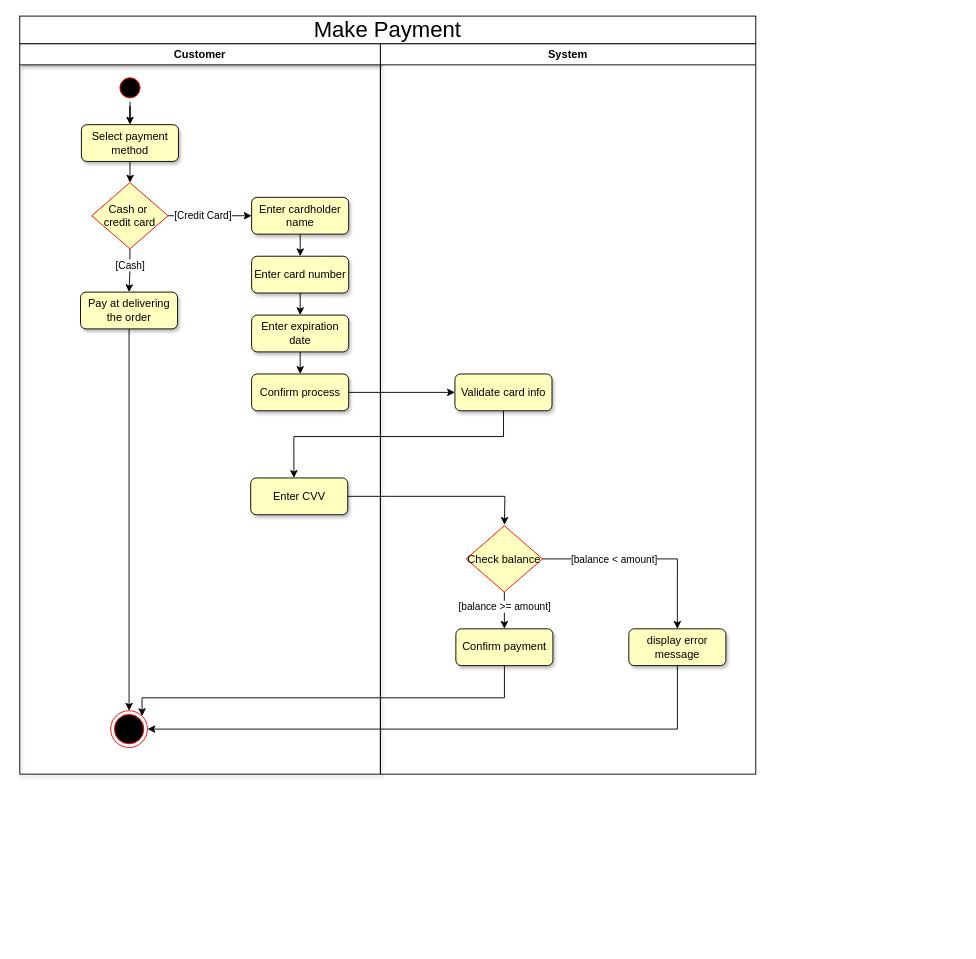
The draw.io diagram UML/activity diagram and scenario/Make payement/Make payment.drawio in eltohamy3/Ecommerce-System-analysis_project, before the edit. Source tidied: cells renumbered, new cells numbered last; positions are measured from the earlier drawing's top-left corner, leaving out a move shared by most shapes. Both pictures are drawn from the tidied source at 92%, with x=0, y=0 at pixel (19, 16).
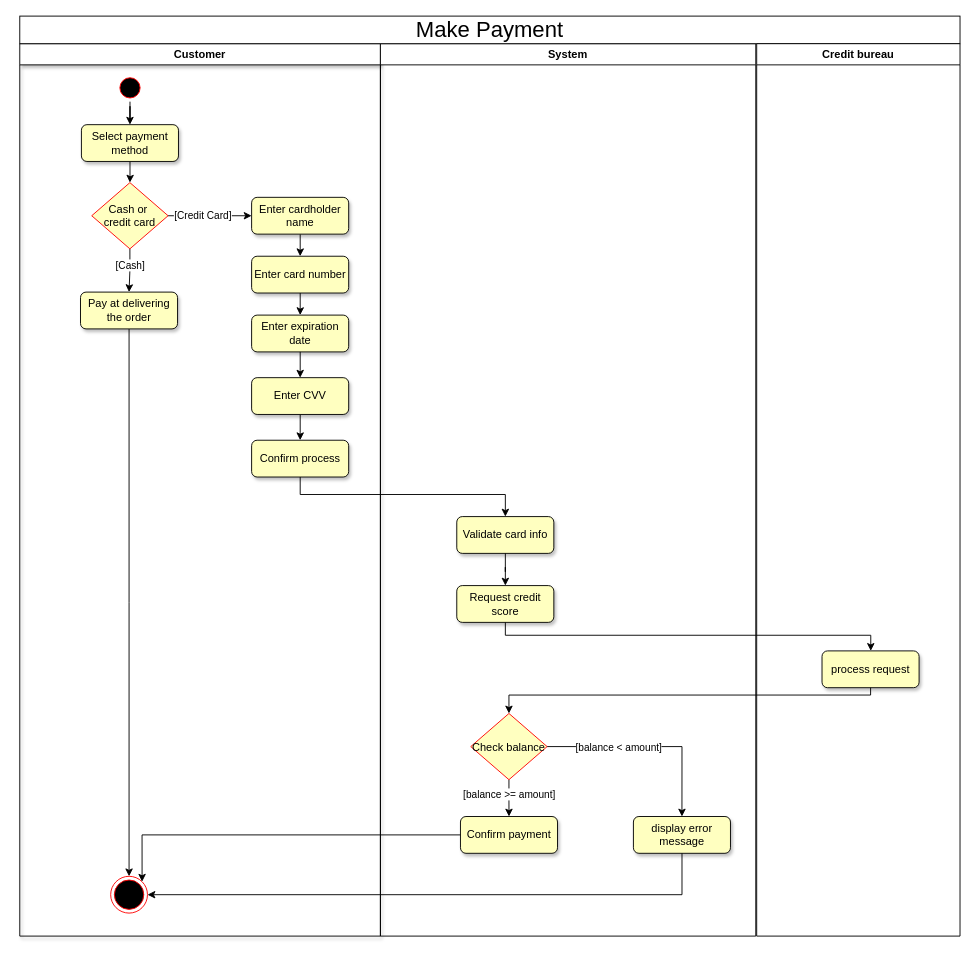
The same diagram, later.

The change refers to these unchanged cells:
```xml
<mxCell id="18" value="Enter expiration date" style="rounded=1;whiteSpace=wrap;html=1;fillColor=#FFFFC0;shadow=1;" parent="2" vertex="1">
  <mxGeometry x="252" y="295" width="105.5" height="40" as="geometry" />
</mxCell>
```

What changed in the source:
```diff
@@
     <mxCell id="2" value="Customer" style="swimlane;whiteSpace=wrap;shadow=1;fillColor=#FFFFFF;" parent="1" vertex="1">
-      <mxGeometry y="30" width="392" height="794" as="geometry" />
+      <mxGeometry y="30" width="392" height="970" as="geometry" />
     </mxCell>
     <mxCell id="3" style="ellipse;shape=endState;fillColor=#000000;strokeColor=#ff0000;" parent="2" vertex="1">
-      <mxGeometry x="98.8" y="725" width="40" height="40" as="geometry" />
+      <mxGeometry x="98.8" y="905" width="40" height="40" as="geometry" />
     </mxCell>
@@
-    <mxCell id="17" style="edgeStyle=orthogonalEdgeStyle;rounded=0;jettySize=auto;html=1;entryX=0.5;entryY=0;entryDx=0;entryDy=0;" parent="2" edge="1" source="18" target="21">
+    <mxCell id="17" style="edgeStyle=orthogonalEdgeStyle;rounded=0;jettySize=auto;html=1;entryX=0.5;entryY=0;entryDx=0;entryDy=0;" parent="2" edge="1" source="22" target="21">
       <mxGeometry relative="1" as="geometry" />
     </mxCell>
@@
     <mxCell id="21" value="Confirm process" style="rounded=1;whiteSpace=wrap;html=1;fillColor=#FFFFC0;shadow=1;" parent="2" vertex="1">
-      <mxGeometry x="252" y="359" width="105.5" height="40" as="geometry" />
+      <mxGeometry x="252" y="431" width="105.5" height="40" as="geometry" />
     </mxCell>
+    <mxCell id="38" style="edgeStyle=orthogonalEdgeStyle;rounded=0;jettySize=auto;html=1;entryX=0.5;entryY=0;entryDx=0;entryDy=0;" parent="2" edge="1" source="18" target="22">
+      <mxGeometry relative="1" as="geometry" />
+    </mxCell>
     <mxCell id="22" value="Enter CVV" style="rounded=1;whiteSpace=wrap;html=1;fillColor=#FFFFC0;shadow=1;" parent="2" vertex="1">
-      <mxGeometry x="251" y="472" width="105.5" height="40" as="geometry" />
+      <mxGeometry x="252" y="363" width="105.5" height="40" as="geometry" />
     </mxCell>
-    <mxCell id="23" style="edgeStyle=orthogonalEdgeStyle;rounded=0;jettySize=auto;html=1;entryX=0.5;entryY=0;entryDx=0;entryDy=0;" parent="2" edge="1" source="22">
-      <mxGeometry relative="1" as="geometry">
-        <mxPoint x="526.8" y="523" as="targetPoint" />
-      </mxGeometry>
-    </mxCell>
     <mxCell id="24" value="System" style="swimlane;whiteSpace=wrap;fillColor=#FFFFFF;swimlaneLine=1;" parent="1" vertex="1">
-      <mxGeometry x="392" y="30" width="408" height="794" as="geometry" />
+      <mxGeometry x="392" y="30" width="408" height="970" as="geometry" />
     </mxCell>
     <mxCell id="25" value="Validate card info" style="rounded=1;whiteSpace=wrap;html=1;fillColor=#FFFFC0;shadow=1;" parent="24" vertex="1">
-      <mxGeometry x="81" y="359" width="105.5" height="40" as="geometry" />
+      <mxGeometry x="83" y="514" width="105.5" height="40" as="geometry" />
     </mxCell>
@@
     <mxCell id="30" value="Check balance" style="rhombus;fillColor=#FFFFC0;strokeColor=#ff0000;" parent="24" vertex="1">
-      <mxGeometry x="93.2" y="524" width="83" height="72" as="geometry" />
+      <mxGeometry x="98.2" y="728" width="83" height="72" as="geometry" />
     </mxCell>
     <mxCell id="31" value="Confirm payment" style="rounded=1;whiteSpace=wrap;html=1;fillColor=#FFFFC0;shadow=1;" parent="24" vertex="1">
-      <mxGeometry x="82" y="636" width="105.5" height="40" as="geometry" />
+      <mxGeometry x="87" y="840" width="105.5" height="40" as="geometry" />
     </mxCell>
     <mxCell id="32" value="display error message" style="rounded=1;whiteSpace=wrap;html=1;fillColor=#FFFFC0;shadow=1;" parent="24" vertex="1">
-      <mxGeometry x="270" y="636" width="105.5" height="40" as="geometry" />
+      <mxGeometry x="275" y="840" width="105.5" height="40" as="geometry" />
     </mxCell>
+    <mxCell id="39" style="edgeStyle=orthogonalEdgeStyle;rounded=0;jettySize=auto;html=1;" parent="24" edge="1" source="25" target="40">
+      <mxGeometry relative="1" as="geometry" />
+    </mxCell>
+    <mxCell id="40" value="Request credit score" style="rounded=1;whiteSpace=wrap;html=1;fillColor=#FFFFC0;shadow=1;" parent="24" vertex="1">
+      <mxGeometry x="83" y="589" width="105.5" height="40" as="geometry" />
+    </mxCell>
     <mxCell id="33" value="&lt;span style=&quot;text-wrap: nowrap;&quot;&gt;&lt;font style=&quot;font-size: 24px;&quot;&gt;Make Payment&lt;/font&gt;&lt;/span&gt;" style="rounded=0;whiteSpace=wrap;html=1;" parent="1" vertex="1">
-      <mxGeometry width="800" height="30" as="geometry" />
+      <mxGeometry width="1022" height="30" as="geometry" />
     </mxCell>
     <mxCell id="34" style="edgeStyle=orthogonalEdgeStyle;rounded=0;jettySize=auto;html=1;" parent="1" edge="1" source="21" target="25">
-      <mxGeometry relative="1" as="geometry" />
+      <mxGeometry relative="1" as="geometry">
+        <Array as="points">
+          <mxPoint x="304" y="520" />
+        </Array>
+      </mxGeometry>
     </mxCell>
-    <mxCell id="35" style="edgeStyle=orthogonalEdgeStyle;rounded=0;jettySize=auto;html=1;entryX=0.445;entryY=0;entryDx=0;entryDy=0;entryPerimeter=0;" parent="1" edge="1" source="25" target="22">
-      <mxGeometry relative="1" as="geometry">
-        <Array as="points">
-          <mxPoint x="526" y="457" />
-          <mxPoint x="298" y="457" />
-        </Array>
-      </mxGeometry>
-    </mxCell>
+    <mxCell id="41" value="Credit bureau" style="swimlane;whiteSpace=wrap;fillColor=#FFFFFF;swimlaneLine=1;" parent="1" vertex="1">
+      <mxGeometry x="801" y="30" width="221" height="970" as="geometry" />
+    </mxCell>
+    <mxCell id="42" value="process request" style="rounded=1;whiteSpace=wrap;html=1;fillColor=#FFFFC0;shadow=1;" parent="41" vertex="1">
+      <mxGeometry x="71" y="660" width="105.5" height="40" as="geometry" />
+    </mxCell>
+    <mxCell id="43" style="edgeStyle=orthogonalEdgeStyle;rounded=0;jettySize=auto;html=1;" parent="1" edge="1" source="40" target="42">
+      <mxGeometry relative="1" as="geometry">
+        <Array as="points">
+          <mxPoint x="528" y="673" />
+          <mxPoint x="925" y="673" />
+        </Array>
+      </mxGeometry>
+    </mxCell>
+    <mxCell id="44" style="edgeStyle=orthogonalEdgeStyle;rounded=0;jettySize=auto;html=1;entryX=0.5;entryY=0;entryDx=0;entryDy=0;" parent="1" edge="1" source="42" target="30">
+      <mxGeometry relative="1" as="geometry">
+        <Array as="points">
+          <mxPoint x="925" y="738" />
+          <mxPoint x="532" y="738" />
+        </Array>
+      </mxGeometry>
+    </mxCell>
     <mxCell id="36" style="edgeStyle=orthogonalEdgeStyle;rounded=0;jettySize=auto;html=1;entryX=1;entryY=0;entryDx=0;entryDy=0;" parent="1" edge="1" source="31" target="3">
       <mxGeometry relative="1" as="geometry">
         <Array as="points">
-          <mxPoint x="527" y="741" />
-          <mxPoint x="132" y="741" />
+          <mxPoint x="133" y="890" />
         </Array>
       </mxGeometry>
     </mxCell>
     <mxCell id="37" style="edgeStyle=orthogonalEdgeStyle;rounded=0;jettySize=auto;html=1;entryX=1;entryY=0.5;entryDx=0;entryDy=0;" parent="1" edge="1" source="32" target="3">
       <mxGeometry relative="1" as="geometry">
         <Array as="points">
-          <mxPoint x="715" y="775" />
+          <mxPoint x="720" y="955" />
         </Array>
       </mxGeometry>
     </mxCell>
```
